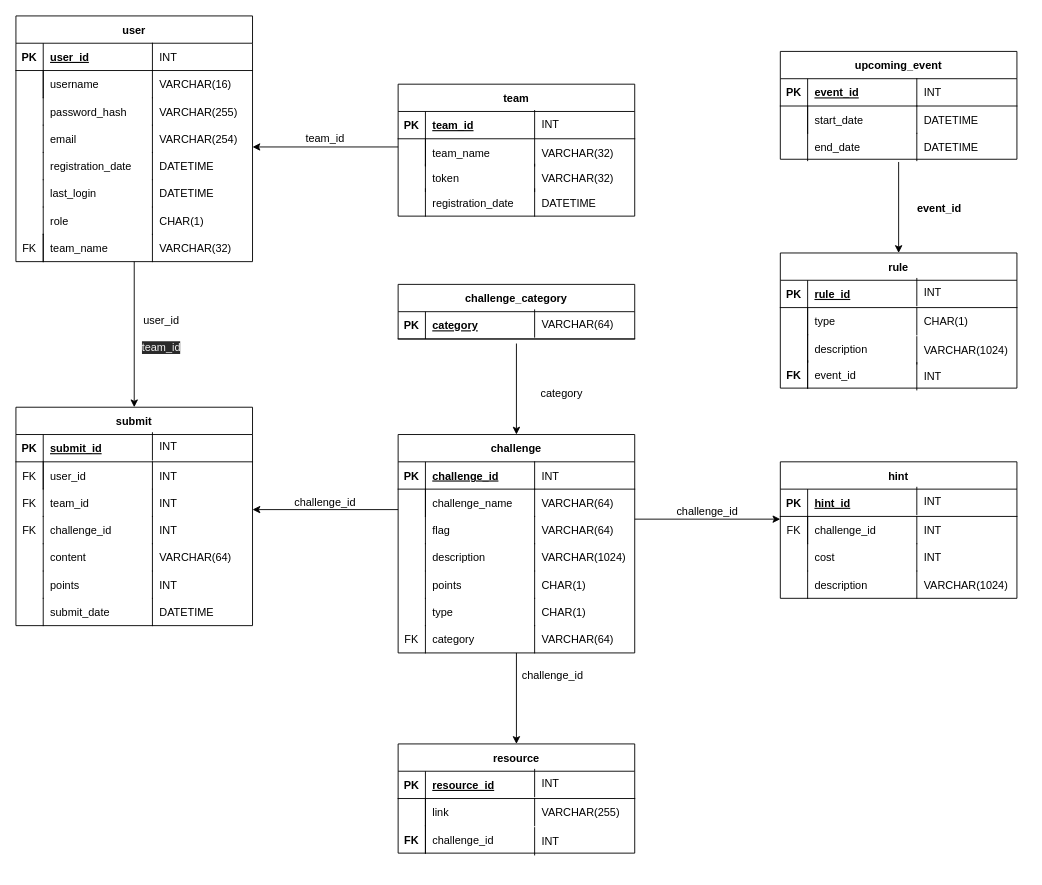
This is db/schema_diagram.drawio from FeeeDz/H4ckUs4t1_CTF, a draw.io file, before an edit. Source tidied: cells renumbered, new cells numbered last; positions are measured from the earlier drawing's top-left corner, leaving out a move shared by most shapes. Both pictures are drawn from the tidied source at 91%, with x=0, y=0 at pixel (15, 15).
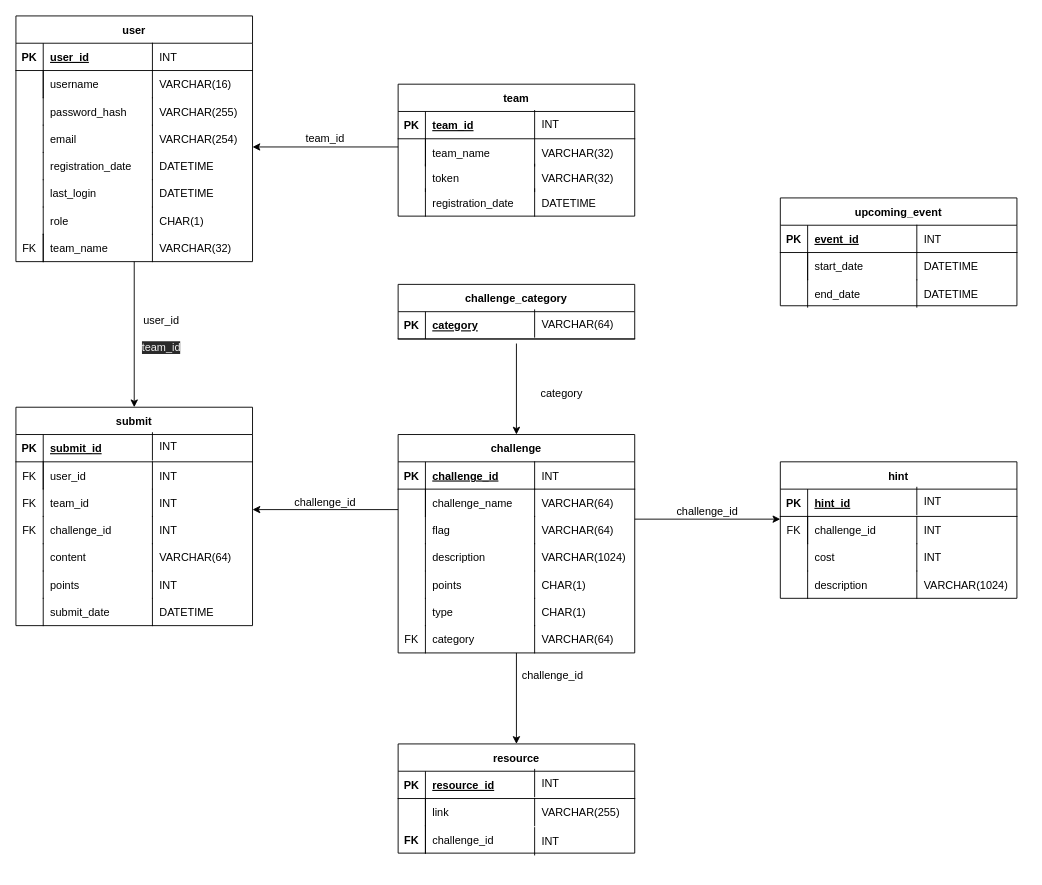
After the change.

What changed in the source:
```diff
@@
     <mxCell id="189" style="shape=partialRectangle;fillColor=none;top=0;left=0;right=0;bottom=0;" parent="1" vertex="1">
-      <mxGeometry x="860" y="114" width="170" height="30" as="geometry" />
+      <mxGeometry x="860" y="275" width="170" height="30" as="geometry" />
     </mxCell>
     <mxCell id="190" value="upcoming_event" style="shape=table;startSize=30;childLayout=tableLayout;rowLines=0;fontStyle=1;align=center;" parent="1" vertex="1">
-      <mxGeometry x="840" y="39" width="260" height="118.5" as="geometry" />
+      <mxGeometry x="840" y="200" width="260" height="118.5" as="geometry" />
     </mxCell>
@@
     <mxCell id="197" value="DATETIME" style="shape=partialRectangle;overflow=hidden;fillColor=none;top=0;left=1;bottom=0;right=0;align=left;spacingLeft=6;" parent="1" vertex="1">
-      <mxGeometry x="990" y="99" width="120" height="30" as="geometry" />
+      <mxGeometry x="990" y="260" width="120" height="30" as="geometry" />
     </mxCell>
     <mxCell id="198" value="INT" style="shape=partialRectangle;overflow=hidden;fillColor=none;top=0;left=1;bottom=0;right=0;align=left;spacingLeft=6;" parent="1" vertex="1">
-      <mxGeometry x="990" y="69" width="100" height="30" as="geometry" />
+      <mxGeometry x="990" y="230" width="100" height="30" as="geometry" />
     </mxCell>
-    <mxCell id="199" style="shape=partialRectangle;fillColor=none;top=0;left=0;right=0;bottom=0;" parent="1" vertex="1">
-      <mxGeometry x="860" y="335.5" width="170" height="30" as="geometry" />
-    </mxCell>
-    <mxCell id="200" value="rule" style="shape=table;startSize=30;childLayout=tableLayout;rowLines=0;fontStyle=1;align=center;" parent="1" vertex="1">
-      <mxGeometry x="840" y="260.5" width="260" height="148.5" as="geometry" />
-    </mxCell>
-    <mxCell id="201" style="shape=partialRectangle;fillColor=none;top=0;left=0;right=0;bottom=1;" parent="200" vertex="1">
-      <mxGeometry y="30" width="260" height="30" as="geometry" />
-    </mxCell>
-    <mxCell id="202" value="PK" style="shape=partialRectangle;overflow=hidden;fillColor=none;top=0;left=0;bottom=0;right=0;fontStyle=1;" parent="201" vertex="1">
-      <mxGeometry width="30" height="30" as="geometry" />
-    </mxCell>
-    <mxCell id="203" value="rule_id" style="shape=partialRectangle;overflow=hidden;fillColor=none;top=0;left=0;bottom=0;right=0;align=left;spacingLeft=6;fontStyle=5;" parent="201" vertex="1">
-      <mxGeometry x="30" width="230" height="30" as="geometry" />
-    </mxCell>
-    <mxCell id="204" style="shape=partialRectangle;fillColor=none;top=0;left=0;right=0;bottom=0;" parent="200" vertex="1">
-      <mxGeometry y="60" width="260" height="30" as="geometry" />
-    </mxCell>
-    <mxCell id="205" style="shape=partialRectangle;overflow=hidden;fillColor=none;top=0;left=0;bottom=0;right=1;" parent="204" vertex="1">
-      <mxGeometry width="30" height="30" as="geometry" />
-    </mxCell>
-    <mxCell id="206" value="type" style="shape=partialRectangle;overflow=hidden;fillColor=none;top=0;left=0;bottom=0;right=0;align=left;spacingLeft=6;fontStyle=0;" parent="204" vertex="1">
-      <mxGeometry x="30" width="230" height="30" as="geometry" />
-    </mxCell>
-    <mxCell id="207" style="shape=partialRectangle;fillColor=none;top=0;left=0;right=0;bottom=0;" parent="1" vertex="1">
-      <mxGeometry x="840" y="350.5" width="130" height="30" as="geometry" />
-    </mxCell>
-    <mxCell id="208" value="CHAR(1)" style="shape=partialRectangle;overflow=hidden;fillColor=none;top=0;left=1;bottom=0;right=0;align=left;spacingLeft=6;" parent="1" vertex="1">
-      <mxGeometry x="990" y="320.5" width="120" height="30" as="geometry" />
-    </mxCell>
-    <mxCell id="209" value="INT" style="shape=partialRectangle;overflow=hidden;fillColor=none;top=0;left=1;bottom=0;right=0;align=left;spacingLeft=6;" parent="1" vertex="1">
-      <mxGeometry x="990" y="288.5" width="110" height="30" as="geometry" />
-    </mxCell>
-    <mxCell id="210" style="endArrow=classic;html=1;rounded=0;entryX=0.5;entryY=0;entryDx=0;entryDy=0;" parent="1" edge="1">
-      <mxGeometry relative="1" as="geometry">
-        <mxPoint x="970" y="160.5" as="sourcePoint" />
-        <mxPoint x="970" y="260.5" as="targetPoint" />
-      </mxGeometry>
-    </mxCell>
-    <mxCell id="211" value="&lt;span style=&quot;font-weight: 700 ; text-align: left&quot;&gt;event_id&lt;/span&gt;" style="text;html=1;strokeColor=none;fillColor=none;align=center;verticalAlign=middle;whiteSpace=wrap;rounded=0;" parent="1" vertex="1">
-      <mxGeometry x="985" y="196.5" width="60" height="30" as="geometry" />
-    </mxCell>
     <mxCell id="212" style="group;" parent="1" vertex="1">
-      <mxGeometry x="840" y="129" width="270" height="30" as="geometry" />
+      <mxGeometry x="840" y="290" width="270" height="30" as="geometry" />
     </mxCell>
@@
-    <mxCell id="217" style="shape=partialRectangle;fillColor=none;top=0;left=0;right=0;bottom=0;" parent="1" vertex="1">
-      <mxGeometry x="860" y="367.5" width="170" height="30" as="geometry" />
-    </mxCell>
-    <mxCell id="218" style="shape=partialRectangle;fillColor=none;top=0;left=0;right=0;bottom=0;" parent="1" vertex="1">
-      <mxGeometry x="840" y="350.5" width="260" height="30" as="geometry" />
-    </mxCell>
-    <mxCell id="219" style="shape=partialRectangle;overflow=hidden;fillColor=none;top=0;left=0;bottom=0;right=1;" parent="218" vertex="1">
-      <mxGeometry width="30" height="30" as="geometry" />
-    </mxCell>
-    <mxCell id="220" value="description" style="shape=partialRectangle;overflow=hidden;fillColor=none;top=0;left=0;bottom=0;right=0;align=left;spacingLeft=6;fontStyle=0;" parent="218" vertex="1">
-      <mxGeometry x="30" width="230" height="30" as="geometry" />
-    </mxCell>
-    <mxCell id="221" value="VARCHAR(1024)" style="shape=partialRectangle;overflow=hidden;fillColor=none;top=0;left=1;bottom=0;right=0;align=left;spacingLeft=6;" parent="1" vertex="1">
-      <mxGeometry x="990" y="352.5" width="120" height="30" as="geometry" />
-    </mxCell>
-    <mxCell id="222" style="shape=partialRectangle;overflow=hidden;fillColor=none;top=0;left=0;bottom=0;right=1;fontStyle=1;" parent="1" vertex="1">
-      <mxGeometry x="840" y="350.5" width="30" height="30" as="geometry" />
-    </mxCell>
-    <mxCell id="223" style="shape=partialRectangle;fillColor=none;top=0;left=0;right=0;bottom=0;" parent="1" vertex="1">
-      <mxGeometry x="840" y="379" width="130" height="30" as="geometry" />
-    </mxCell>
-    <mxCell id="224" style="shape=partialRectangle;fillColor=none;top=0;left=0;right=0;bottom=0;" parent="1" vertex="1">
-      <mxGeometry x="840" y="379" width="260" height="30" as="geometry" />
-    </mxCell>
-    <mxCell id="225" style="shape=partialRectangle;overflow=hidden;fillColor=none;top=0;left=0;bottom=0;right=1;" parent="224" vertex="1">
-      <mxGeometry width="30" height="30" as="geometry" />
-    </mxCell>
-    <mxCell id="226" value="event_id" style="shape=partialRectangle;overflow=hidden;fillColor=none;top=0;left=0;bottom=0;right=0;align=left;spacingLeft=6;fontStyle=0;" parent="224" vertex="1">
-      <mxGeometry x="30" width="230" height="30" as="geometry" />
-    </mxCell>
-    <mxCell id="227" value="INT" style="shape=partialRectangle;overflow=hidden;fillColor=none;top=0;left=1;bottom=0;right=0;align=left;spacingLeft=6;" parent="1" vertex="1">
-      <mxGeometry x="990" y="381" width="120" height="30" as="geometry" />
-    </mxCell>
-    <mxCell id="228" value="FK" style="shape=partialRectangle;overflow=hidden;fillColor=none;top=0;left=0;bottom=0;right=1;fontStyle=1;" parent="1" vertex="1">
-      <mxGeometry x="840" y="379" width="30" height="30" as="geometry" />
-    </mxCell>
```
